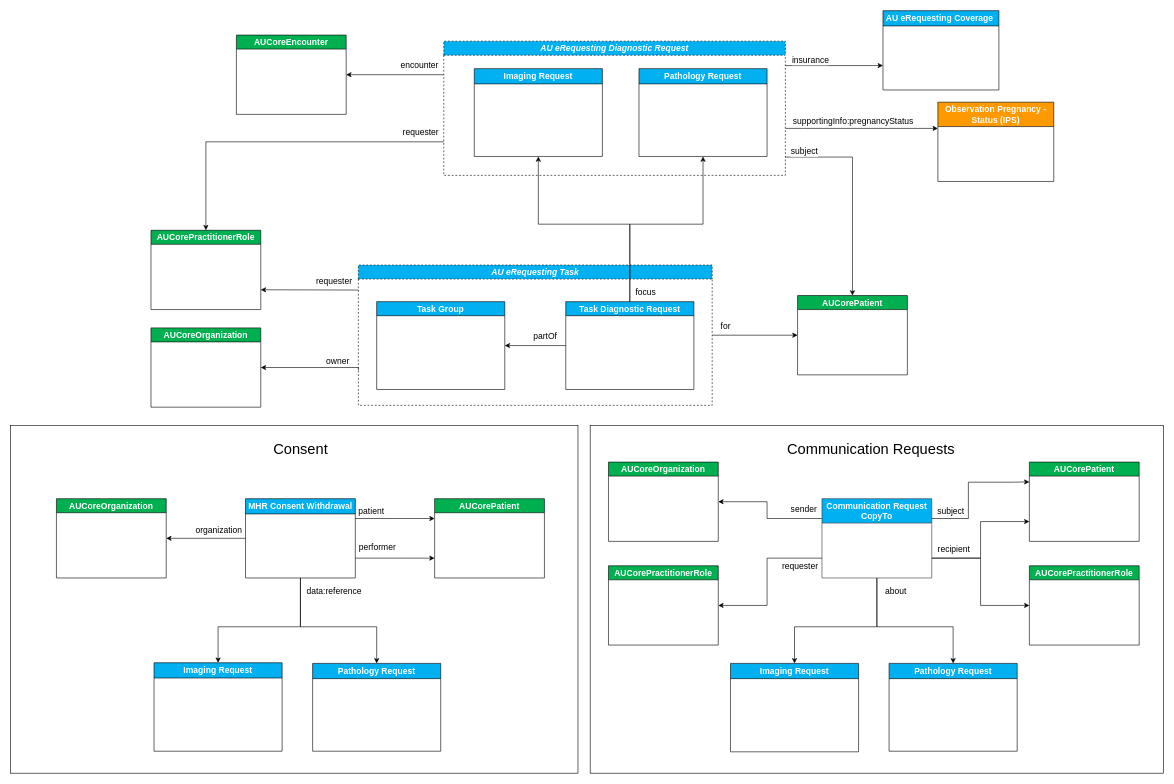
hl7au/au-fhir-erequesting keeps this draw.io diagram as input/images-source/au-erequesting-profiles.drawio. Above is the earlier version. Source tidied: cells renumbered, new cells numbered last; positions are measured from the earlier drawing's top-left corner, leaving out a move shared by most shapes. Both pictures are drawn from the tidied source at 61%, with x=0, y=0 at pixel (10, 10).
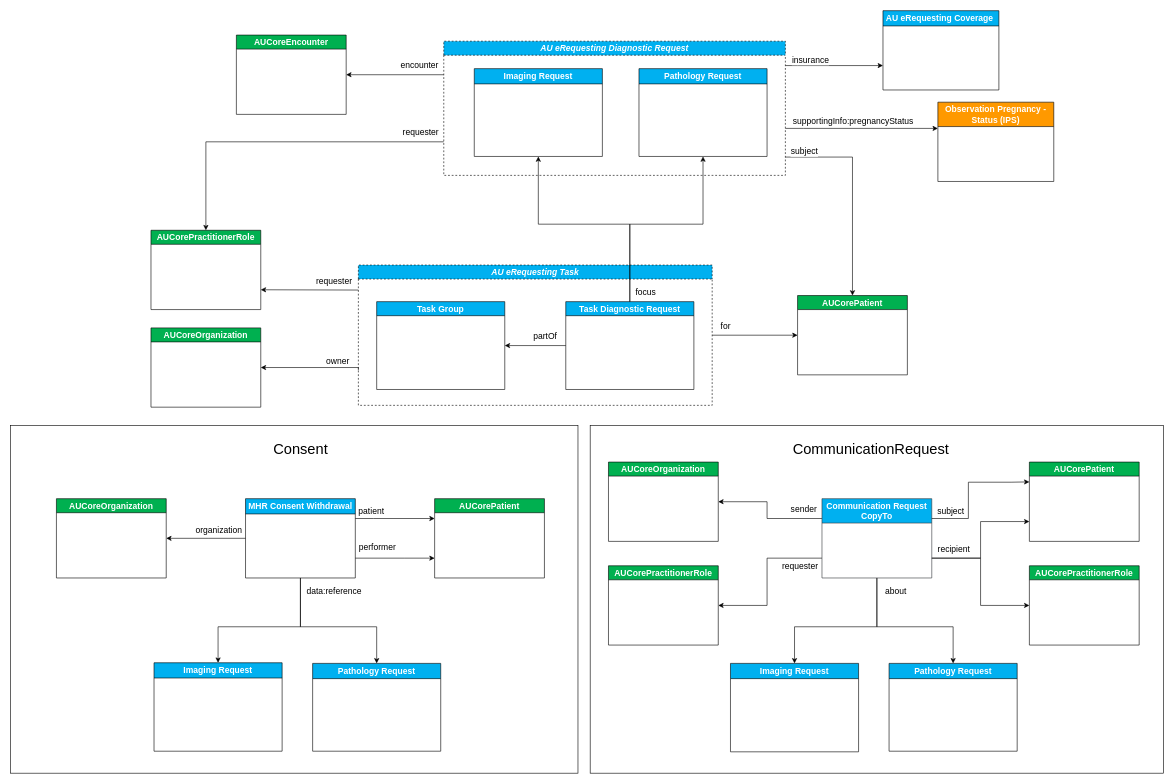
The same diagram, later.

Commit message (it also covers changes not shown here):
Minor label update to profiles diagram

Change to the diagram source:
```diff
@@
-    <mxCell id="68" value="&lt;font style=&quot;font-size: 24px;&quot;&gt;Communication Requests&lt;/font&gt;" style="text;html=1;align=center;verticalAlign=middle;strokeColor=none;fillColor=none;" parent="1" vertex="1">
-      <mxGeometry x="1260" y="700" width="300" height="40" as="geometry" />
+    <mxCell id="68" value="&lt;font style=&quot;font-size: 24px;&quot;&gt;CommunicationRequest&lt;/font&gt;" style="text;html=1;align=center;verticalAlign=middle;strokeColor=none;fillColor=none;" parent="1" vertex="1">
+      <mxGeometry x="1270" y="700" width="280" height="40" as="geometry" />
     </mxCell>
```
